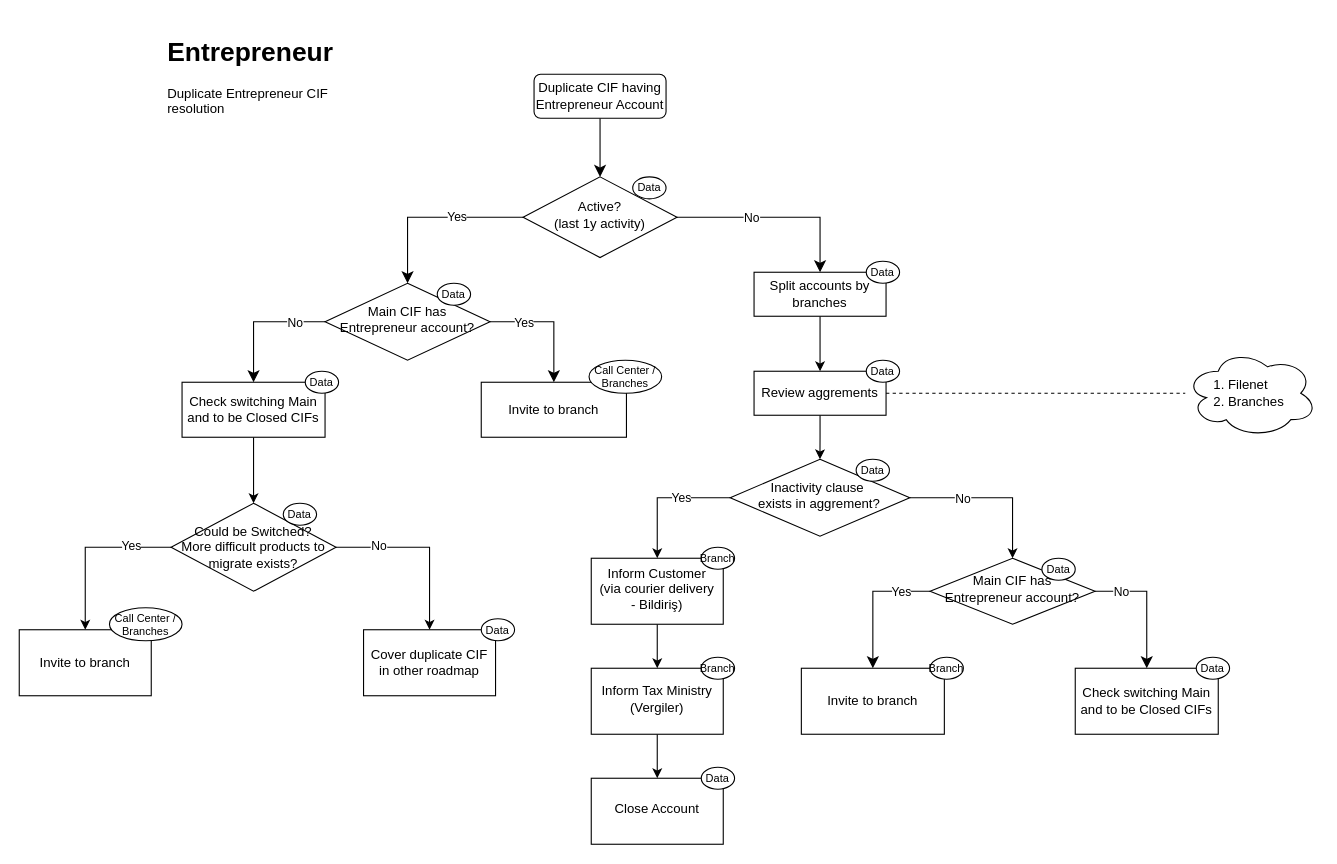
The draw.io diagram page "Page-1" (1 of 2) of Entrepreneur Dup.drawio in Sarkhan999/Diagrams, before the edit. Source tidied: cells renumbered, new cells numbered last; positions are measured from the earlier drawing's top-left corner, leaving out a move shared by most shapes. Both pictures are drawn from the tidied source at 110%, with x=0, y=0 at pixel (19, 30).
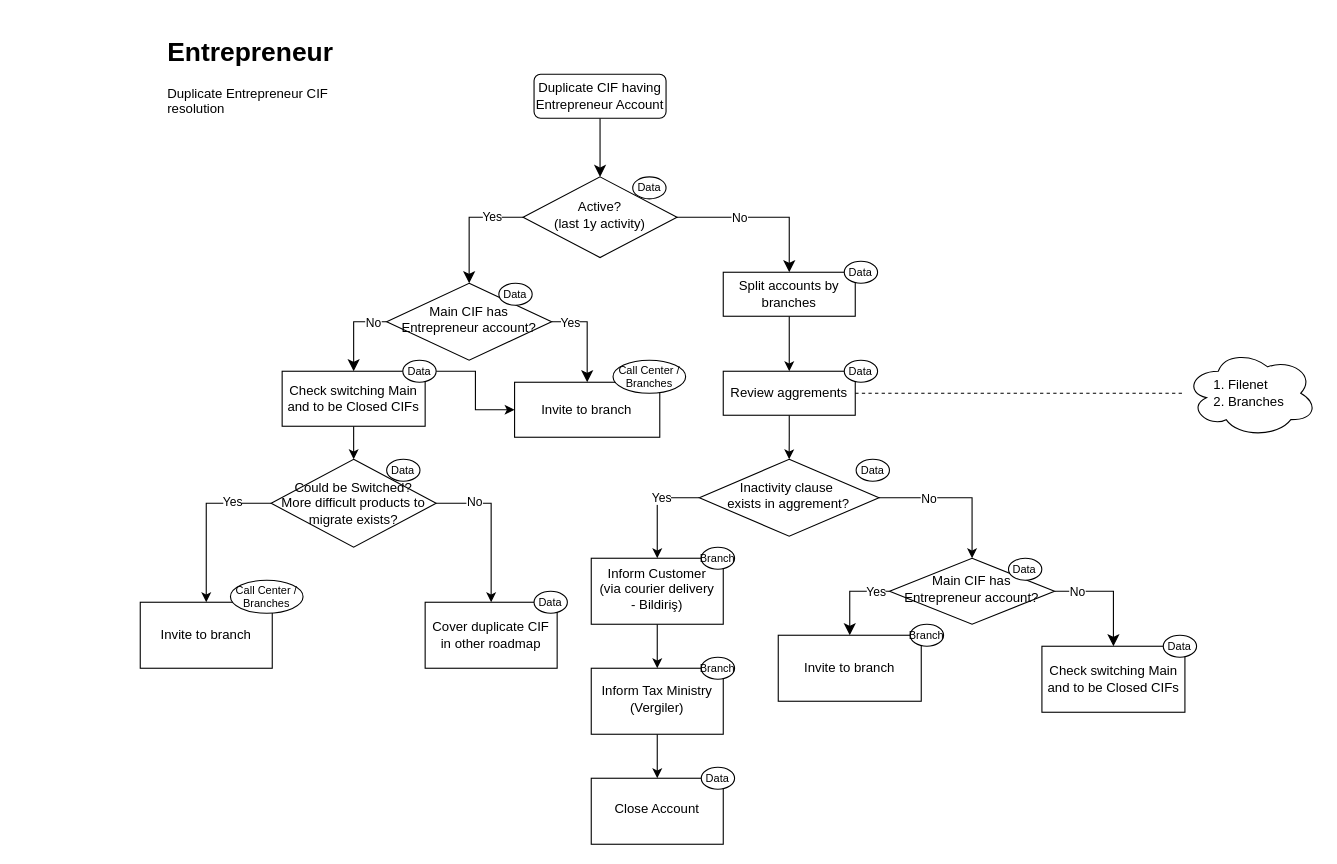
Above is the later version.

Unchanged cells that the change refers to:
```xml
<mxCell id="8" value="Active? &lt;br&gt;(last 1y activity)" style="rhombus;whiteSpace=wrap;html=1;shadow=0;fontFamily=Helvetica;fontSize=12;align=center;strokeWidth=1;spacing=6;spacingTop=-4;" parent="1" vertex="1">
  <mxGeometry x="458" y="133.3" width="140" height="73.3" as="geometry" />
</mxCell>
<mxCell id="11" style="rounded=0;html=1;jettySize=auto;fontSize=11;endArrow=classic;endFill=1;endSize=8;strokeWidth=1;shadow=0;labelBackgroundColor=none;edgeStyle=orthogonalEdgeStyle;exitX=0;exitY=0.5;exitDx=0;exitDy=0;" parent="1" edge="1" source="15" target="17">
  <mxGeometry x="0.33" y="20" relative="1" as="geometry" />
</mxCell>
<mxCell id="13" style="edgeStyle=orthogonalEdgeStyle;rounded=0;html=1;jettySize=auto;fontSize=11;endArrow=classic;endFill=1;endSize=8;strokeWidth=1;shadow=0;labelBackgroundColor=none;exitX=1;exitY=0.5;exitDx=0;exitDy=0;" parent="1" edge="1" source="15" target="18">
  <mxGeometry y="10" relative="1" as="geometry" />
</mxCell>
<mxCell id="28" value="Inform Customer (via courier delivery - Bildiriş)" style="whiteSpace=wrap;html=1;shadow=0;strokeWidth=1;spacing=6;spacingTop=-4;" parent="1" vertex="1">
  <mxGeometry x="520" y="480" width="120" height="60" as="geometry" />
</mxCell>
```

Diff of the diagram source:
```diff
@@
-    <mxCell id="4" style="rounded=0;html=1;jettySize=auto;fontSize=11;endArrow=classic;endFill=1;endSize=8;strokeWidth=1;shadow=0;labelBackgroundColor=none;edgeStyle=orthogonalEdgeStyle;" parent="1" edge="1" source="8" target="15">
+    <mxCell id="4" style="rounded=0;html=1;jettySize=auto;fontSize=11;endArrow=classic;endFill=1;endSize=8;strokeWidth=1;shadow=0;labelBackgroundColor=none;edgeStyle=orthogonalEdgeStyle;exitX=0;exitY=0.5;exitDx=0;exitDy=0;" parent="1" edge="1" source="8" target="15">
       <mxGeometry y="20" relative="1" as="geometry" />
     </mxCell>
     <mxCell id="5" value="Yes" style="edgeLabel;html=1;align=center;verticalAlign=middle;" parent="4" vertex="1">
-      <mxGeometry x="-0.26" y="-1" relative="1" as="geometry" />
+      <mxGeometry x="-0.26" y="-1" relative="1" as="geometry">
+        <mxPoint x="12" y="1" as="offset" />
+      </mxGeometry>
     </mxCell>
@@
     <mxCell id="10" value="Split accounts by branches" style="rounded=0;whiteSpace=wrap;html=1;fontSize=12;glass=0;strokeWidth=1;shadow=0;" parent="1" vertex="1">
-      <mxGeometry x="668" y="220" width="120" height="40" as="geometry" />
+      <mxGeometry x="640" y="220" width="120" height="40" as="geometry" />
     </mxCell>
@@
     <mxCell id="12" value="No" style="edgeLabel;html=1;align=center;verticalAlign=middle;" parent="11" vertex="1">
       <mxGeometry x="-0.61" relative="1" as="geometry">
-        <mxPoint x="-5" as="offset" />
+        <mxPoint x="2" as="offset" />
       </mxGeometry>
     </mxCell>
@@
     <mxCell id="14" value="Yes" style="edgeLabel;html=1;align=center;verticalAlign=middle;" parent="13" vertex="1">
       <mxGeometry x="-0.41" y="2" relative="1" as="geometry">
-        <mxPoint x="-3" y="2" as="offset" />
+        <mxPoint x="-10" y="2" as="offset" />
       </mxGeometry>
     </mxCell>
     <mxCell id="15" value="Main CIF has &lt;br&gt;Entrepreneur account?" style="rhombus;whiteSpace=wrap;html=1;shadow=0;fontFamily=Helvetica;fontSize=12;align=center;strokeWidth=1;spacing=6;spacingTop=-4;" parent="1" vertex="1">
-      <mxGeometry x="278" y="230" width="150" height="70" as="geometry" />
+      <mxGeometry x="334" y="230" width="150" height="70" as="geometry" />
     </mxCell>
@@
     <mxCell id="17" value="Check switching Main and to be Closed CIFs" style="rounded=0;whiteSpace=wrap;html=1;fontSize=12;glass=0;strokeWidth=1;shadow=0;" parent="1" vertex="1">
-      <mxGeometry x="148" y="320" width="130" height="50" as="geometry" />
+      <mxGeometry x="239" y="310" width="130" height="50" as="geometry" />
     </mxCell>
     <mxCell id="18" value="Invite to branch" style="rounded=0;whiteSpace=wrap;html=1;fontSize=12;glass=0;strokeWidth=1;shadow=0;" parent="1" vertex="1">
-      <mxGeometry x="420" y="320" width="132" height="50" as="geometry" />
+      <mxGeometry x="450.3" y="320" width="132" height="50" as="geometry" />
     </mxCell>
@@
     <mxCell id="21" value="Review aggrements" style="rounded=0;whiteSpace=wrap;html=1;fontSize=12;glass=0;strokeWidth=1;shadow=0;" parent="1" vertex="1">
-      <mxGeometry x="668" y="310" width="120" height="40" as="geometry" />
+      <mxGeometry x="640" y="310" width="120" height="40" as="geometry" />
     </mxCell>
-    <mxCell id="22" style="edgeStyle=orthogonalEdgeStyle;rounded=0;jettySize=auto;html=1;" parent="1" edge="1" source="26" target="28">
+    <mxCell id="22" style="edgeStyle=orthogonalEdgeStyle;rounded=0;jettySize=auto;html=1;exitX=0;exitY=0.5;exitDx=0;exitDy=0;" parent="1" edge="1" source="26" target="28">
       <mxGeometry relative="1" as="geometry" />
     </mxCell>
@@
     <mxCell id="26" value="&lt;div style=&quot;&quot;&gt;&lt;span style=&quot;background-color: initial;&quot;&gt;Inactivity clause&amp;nbsp;&lt;/span&gt;&lt;/div&gt;&lt;div style=&quot;&quot;&gt;&lt;span style=&quot;background-color: initial;&quot;&gt;exists&amp;nbsp;&lt;/span&gt;&lt;span style=&quot;background-color: initial;&quot;&gt;in aggrement?&lt;/span&gt;&lt;/div&gt;" style="rhombus;whiteSpace=wrap;html=1;shadow=0;fontFamily=Helvetica;fontSize=12;align=center;strokeWidth=1;spacing=6;spacingTop=-4;verticalAlign=middle;horizontal=1;" parent="1" vertex="1">
-      <mxGeometry x="646.3" y="390" width="163.3" height="70" as="geometry" />
+      <mxGeometry x="618.3" y="390" width="163.3" height="70" as="geometry" />
     </mxCell>
@@
     <mxCell id="36" value="Main CIF has &lt;br&gt;Entrepreneur account?" style="rhombus;whiteSpace=wrap;html=1;shadow=0;fontFamily=Helvetica;fontSize=12;align=center;strokeWidth=1;spacing=6;spacingTop=-4;" parent="1" vertex="1">
-      <mxGeometry x="828" y="480" width="150" height="60" as="geometry" />
+      <mxGeometry x="791.2" y="480" width="150" height="60" as="geometry" />
     </mxCell>
     <mxCell id="37" value="Check switching Main and to be Closed CIFs" style="rounded=0;whiteSpace=wrap;html=1;fontSize=12;glass=0;strokeWidth=1;shadow=0;" parent="1" vertex="1">
-      <mxGeometry x="960" y="580" width="130" height="60" as="geometry" />
+      <mxGeometry x="929.7" y="560" width="130" height="60" as="geometry" />
     </mxCell>
     <mxCell id="38" value="Invite to branch" style="rounded=0;whiteSpace=wrap;html=1;fontSize=12;glass=0;strokeWidth=1;shadow=0;" parent="1" vertex="1">
-      <mxGeometry x="711" y="580" width="130" height="60" as="geometry" />
+      <mxGeometry x="690" y="550" width="130" height="60" as="geometry" />
     </mxCell>
-    <mxCell id="39" style="edgeStyle=orthogonalEdgeStyle;rounded=0;jettySize=auto;html=1;" parent="1" edge="1" source="43" target="44">
+    <mxCell id="39" style="edgeStyle=orthogonalEdgeStyle;rounded=0;jettySize=auto;html=1;exitX=0;exitY=0.5;exitDx=0;exitDy=0;" parent="1" edge="1" source="43" target="44">
       <mxGeometry relative="1" as="geometry" />
     </mxCell>
@@
-    <mxCell id="41" style="edgeStyle=orthogonalEdgeStyle;rounded=0;jettySize=auto;html=1;" parent="1" edge="1" source="43" target="45">
+    <mxCell id="41" style="edgeStyle=orthogonalEdgeStyle;rounded=0;jettySize=auto;html=1;exitX=1;exitY=0.5;exitDx=0;exitDy=0;" parent="1" edge="1" source="43" target="45">
       <mxGeometry relative="1" as="geometry" />
     </mxCell>
@@
     <mxCell id="43" value="Could be Switched?&lt;br&gt;More difficult products to migrate exists?" style="rhombus;whiteSpace=wrap;html=1;" parent="1" vertex="1">
-      <mxGeometry x="138" y="430" width="150" height="80" as="geometry" />
+      <mxGeometry x="229" y="390" width="150" height="80" as="geometry" />
     </mxCell>
     <mxCell id="44" value="Invite to branch" style="whiteSpace=wrap;html=1;" parent="1" vertex="1">
-      <mxGeometry y="545" width="120" height="60" as="geometry" />
+      <mxGeometry x="110" y="520" width="120" height="60" as="geometry" />
     </mxCell>
     <mxCell id="45" value="Cover duplicate CIF in other roadmap" style="whiteSpace=wrap;html=1;" parent="1" vertex="1">
-      <mxGeometry x="313" y="545" width="120" height="60" as="geometry" />
+      <mxGeometry x="369" y="520" width="120" height="60" as="geometry" />
     </mxCell>
     <mxCell id="46" value="Data" style="ellipse;whiteSpace=wrap;html=1;fontSize=10;" parent="1" vertex="1">
-      <mxGeometry x="770" y="210" width="30.3" height="20" as="geometry" />
+      <mxGeometry x="750" y="210" width="30.3" height="20" as="geometry" />
     </mxCell>
     <mxCell id="47" value="Data" style="ellipse;whiteSpace=wrap;html=1;fontSize=10;" parent="1" vertex="1">
-      <mxGeometry x="770" y="300" width="30.3" height="20" as="geometry" />
+      <mxGeometry x="750" y="300" width="30.3" height="20" as="geometry" />
     </mxCell>
@@
     <mxCell id="50" value="Data" style="ellipse;whiteSpace=wrap;html=1;fontSize=10;" parent="1" vertex="1">
-      <mxGeometry x="929.7" y="480" width="30.3" height="20" as="geometry" />
+      <mxGeometry x="899.3" y="480" width="30.3" height="20" as="geometry" />
     </mxCell>
     <mxCell id="51" value="Data" style="ellipse;whiteSpace=wrap;html=1;fontSize=10;" parent="1" vertex="1">
-      <mxGeometry x="380" y="230" width="30.3" height="20" as="geometry" />
+      <mxGeometry x="436" y="230" width="30.3" height="20" as="geometry" />
     </mxCell>
     <mxCell id="52" value="Call Center / Branches" style="ellipse;whiteSpace=wrap;html=1;fontSize=10;" parent="1" vertex="1">
-      <mxGeometry x="518" y="300" width="66" height="30" as="geometry" />
+      <mxGeometry x="539.8" y="300" width="66" height="30" as="geometry" />
     </mxCell>
+    <mxCell id="64" style="edgeStyle=orthogonalEdgeStyle;rounded=0;jettySize=auto;html=1;" parent="1" edge="1" source="53" target="18">
+      <mxGeometry relative="1" as="geometry" />
+    </mxCell>
     <mxCell id="53" value="Data" style="ellipse;whiteSpace=wrap;html=1;fontSize=10;" parent="1" vertex="1">
-      <mxGeometry x="260" y="310" width="30.3" height="20" as="geometry" />
+      <mxGeometry x="348.7" y="300" width="30.3" height="20" as="geometry" />
     </mxCell>
     <mxCell id="54" value="Data" style="ellipse;whiteSpace=wrap;html=1;fontSize=10;" parent="1" vertex="1">
-      <mxGeometry x="240" y="430" width="30.3" height="20" as="geometry" />
+      <mxGeometry x="334" y="390" width="30.3" height="20" as="geometry" />
     </mxCell>
     <mxCell id="55" value="Data" style="ellipse;whiteSpace=wrap;html=1;fontSize=10;" parent="1" vertex="1">
-      <mxGeometry x="420" y="535" width="30.3" height="20" as="geometry" />
+      <mxGeometry x="468" y="510" width="30.3" height="20" as="geometry" />
     </mxCell>
     <mxCell id="56" value="Call Center / Branches" style="ellipse;whiteSpace=wrap;html=1;fontSize=10;" parent="1" vertex="1">
-      <mxGeometry x="82" y="525" width="66" height="30" as="geometry" />
+      <mxGeometry x="192" y="500" width="66" height="30" as="geometry" />
     </mxCell>
     <mxCell id="57" value="Data" style="ellipse;whiteSpace=wrap;html=1;fontSize=10;" parent="1" vertex="1">
-      <mxGeometry x="1070" y="570" width="30.3" height="20" as="geometry" />
+      <mxGeometry x="1040" y="550" width="30.3" height="20" as="geometry" />
     </mxCell>
@@
     <mxCell id="63" value="Branch" style="ellipse;whiteSpace=wrap;html=1;fontSize=10;" parent="1" vertex="1">
-      <mxGeometry x="828" y="570" width="30.3" height="20" as="geometry" />
+      <mxGeometry x="810" y="540" width="30.3" height="20" as="geometry" />
     </mxCell>
```
